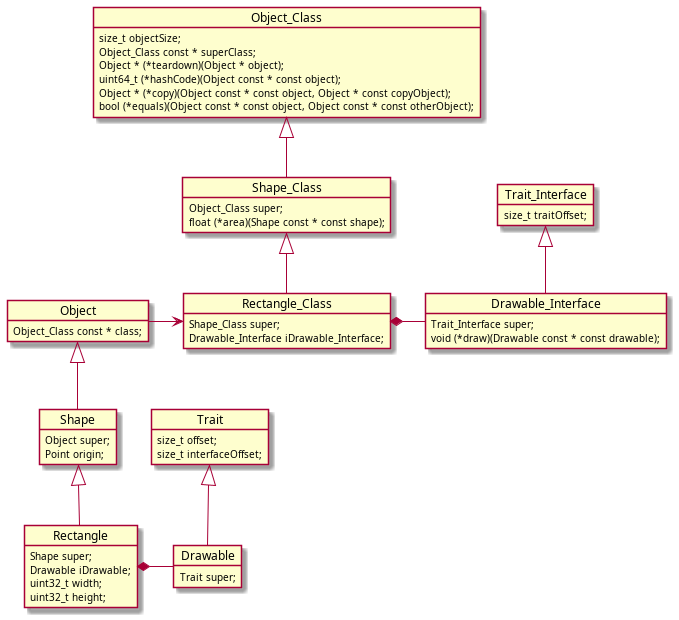
alexmarincu/Cbject keeps this PlantUML diagram as docs/media/diag-rectangle-class-example.png. Above is the earlier version.
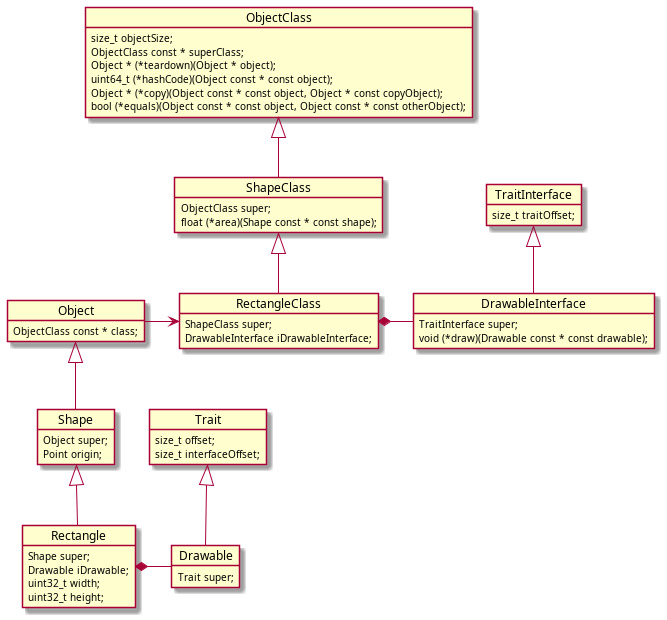
Later version of the same file.

The edit, as a diff of the source:
```diff
@@ -12,31 +12,31 @@
 object Drawable {
     Trait super;
 }
-object Drawable_Interface {
-    Trait_Interface super;
+object DrawableInterface {
+    TraitInterface super;
     void (*draw)(Drawable const * const drawable);
 }
 object Trait {
     size_t offset;
     size_t interfaceOffset;
 }
-object Rectangle_Class {
-    Shape_Class super;
-    Drawable_Interface iDrawable_Interface;
+object RectangleClass {
+    ShapeClass super;
+    DrawableInterface iDrawableInterface;
 }
-object Trait_Interface {
+object TraitInterface {
     size_t traitOffset;
 }
 object Object {
-    Object_Class const * class;
+    ObjectClass const * class;
 }
-object Shape_Class {
-    Object_Class super;
+object ShapeClass {
+    ObjectClass super;
     float (*area)(Shape const * const shape);
 }
-object Object_Class {
+object ObjectClass {
     size_t objectSize;
-    Object_Class const * superClass;
+    ObjectClass const * superClass;
     Object * (*teardown)(Object * object);
     uint64_t (*hashCode)(Object const * const object);
     Object * (*copy)(Object const * const object, Object * const copyObject);
@@ -44,11 +44,11 @@
 }
 Rectangle -u-|> Shape
 Rectangle *-r- Drawable
-Rectangle_Class *-r- Drawable_Interface
+RectangleClass *-r- DrawableInterface
 Drawable -u-|> Trait
-Drawable_Interface -u-|> Trait_Interface
-Rectangle_Class -u-|> Shape_Class
+DrawableInterface -u-|> TraitInterface
+RectangleClass -u-|> ShapeClass
 Shape -u-|> Object
-Object -r-> Rectangle_Class
-Shape_Class -u-|> Object_Class
+Object -r-> RectangleClass
+ShapeClass -u-|> ObjectClass
 @enduml
```
